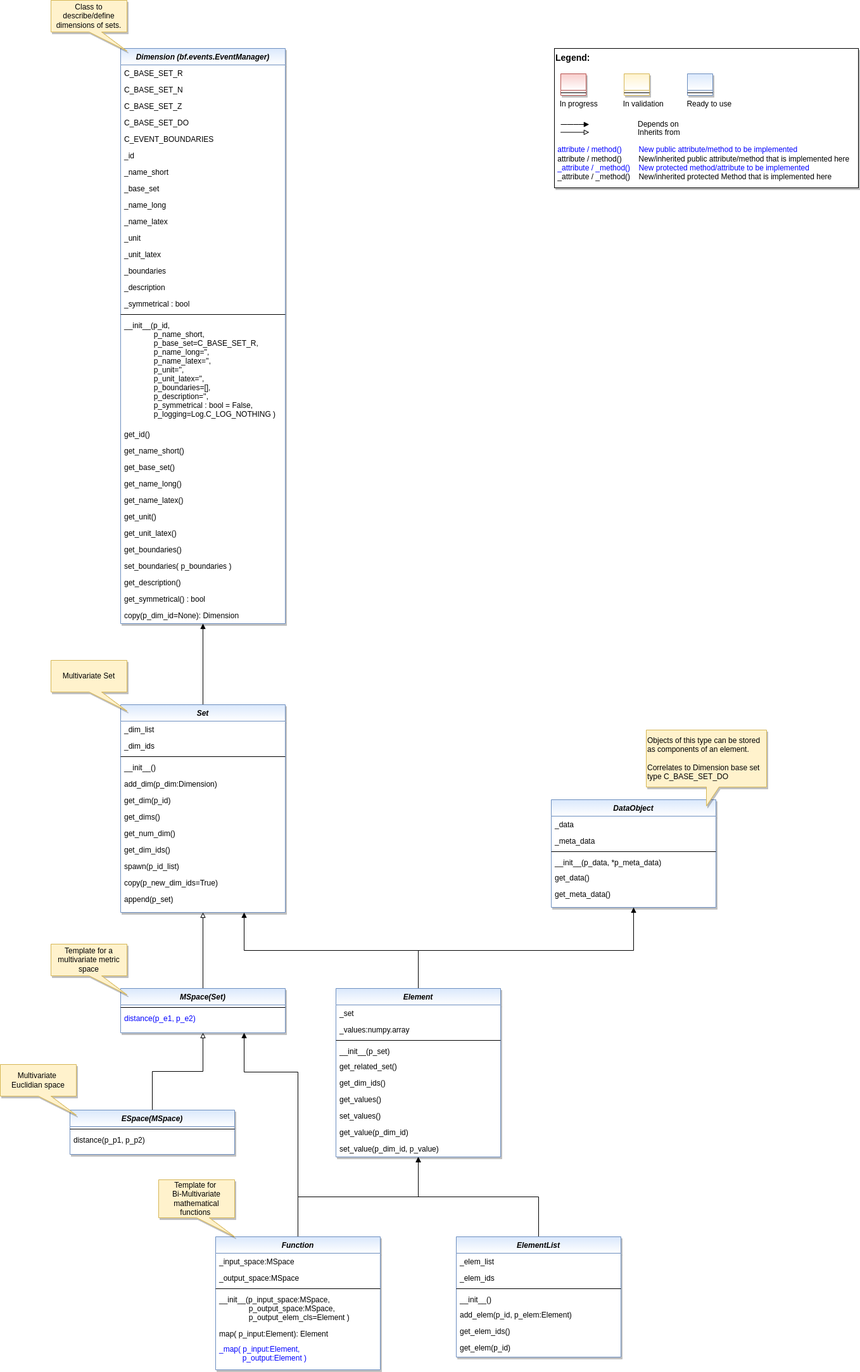
Earlier version of the draw.io export doc/rtd/content/append2/core/images/bf/MLPro-BF-Math_class_diagram.drawio.png (fhswf/MLPro). Source tidied: cells renumbered, new cells last; positions are measured from the earlier drawing's top-left corner, leaving out a move shared by most shapes.
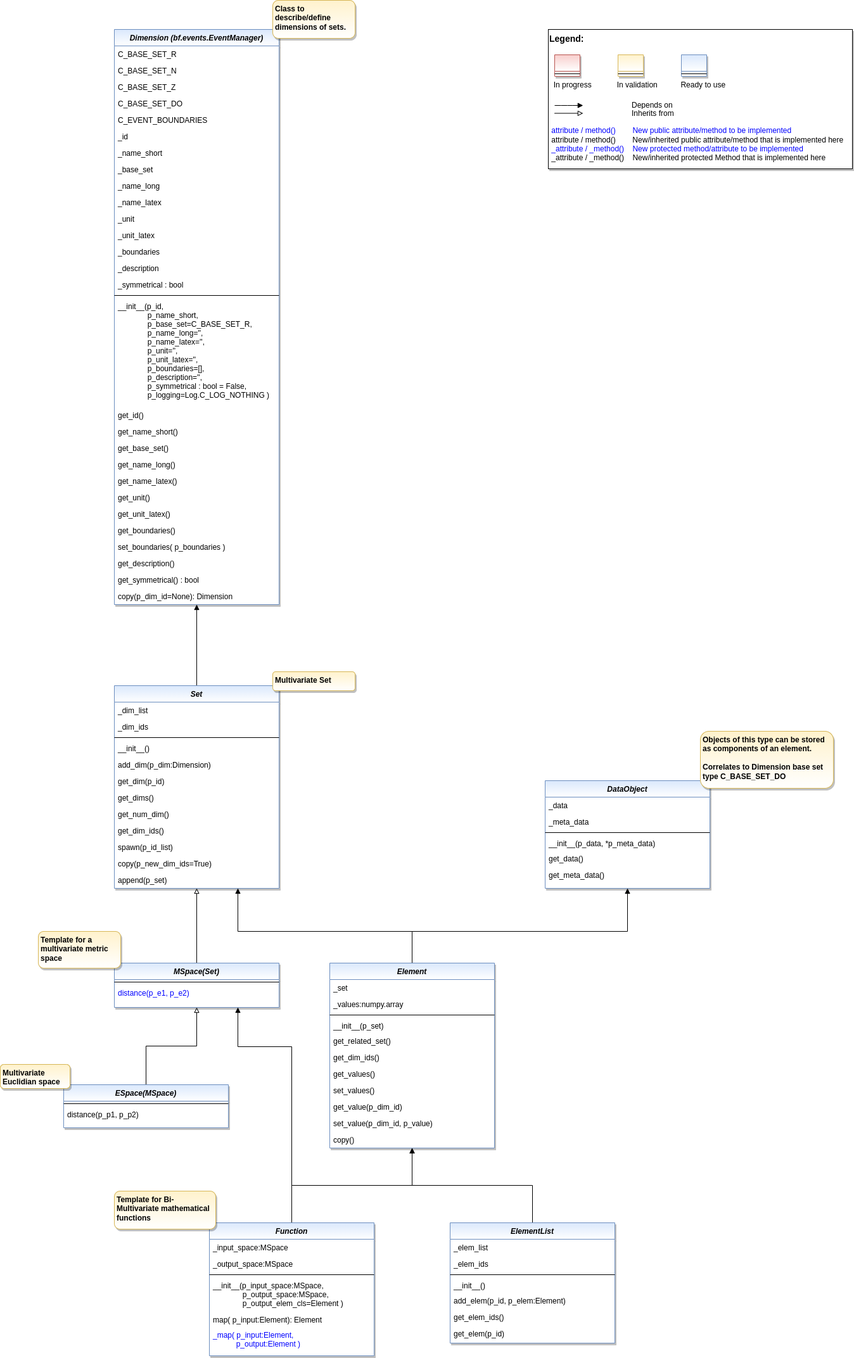
Above is the later version.

The edit, as a diff of the source:
```diff
@@ -6,7 +6,7 @@
       <mxGeometry relative="1" as="geometry" />
     </mxCell>
     <mxCell id="3" value="Set" style="swimlane;fontStyle=3;align=center;verticalAlign=top;horizontal=1;startSize=26;rounded=0;shadow=1;strokeWidth=1;fillColor=#dae8fc;strokeColor=#6c8ebf;gradientColor=#ffffff;swimlaneFillColor=#ffffff;" parent="1" vertex="1">
-      <mxGeometry x="190" y="1112" width="260" height="328" as="geometry" />
+      <mxGeometry x="190" y="1112" width="260" height="320" as="geometry" />
     </mxCell>
     <mxCell id="4" value="_dim_list" style="text;align=left;verticalAlign=top;spacingLeft=4;spacingRight=4;overflow=hidden;" parent="3" vertex="1">
       <mxGeometry y="26" width="260" height="26" as="geometry" />
@@ -145,9 +145,6 @@
     <mxCell id="47" style="edgeStyle=orthogonalEdgeStyle;rounded=0;jettySize=auto;html=1;endArrow=block;endFill=0;entryX=0.5;entryY=1;entryDx=0;entryDy=0;" parent="1" edge="1" source="84" target="3">
       <mxGeometry relative="1" as="geometry" />
     </mxCell>
-    <mxCell id="48" value="Multivariate Set" style="shape=callout;whiteSpace=wrap;html=1;perimeter=calloutPerimeter;fillColor=#fff2cc;strokeColor=#d6b656;shadow=1;position2=1;" parent="1" vertex="1">
-      <mxGeometry x="80" y="1042" width="120" height="80" as="geometry" />
-    </mxCell>
     <mxCell id="49" value="DataObject" style="swimlane;fontStyle=3;align=center;verticalAlign=top;horizontal=1;startSize=26;rounded=0;shadow=1;strokeWidth=1;fillColor=#dae8fc;strokeColor=#6c8ebf;gradientColor=#ffffff;swimlaneFillColor=#ffffff;" parent="1" vertex="1">
       <mxGeometry x="870" y="1262" width="260" height="170" as="geometry" />
     </mxCell>
@@ -169,12 +166,6 @@
     <mxCell id="55" value="get_meta_data()" style="text;align=left;verticalAlign=top;spacingLeft=4;spacingRight=4;overflow=hidden;" parent="49" vertex="1">
       <mxGeometry y="136" width="260" height="26" as="geometry" />
     </mxCell>
-    <mxCell id="56" value="Objects of this type can be stored as components of an element.&lt;br&gt;&lt;br&gt;Correlates to Dimension base set type C_BASE_SET_DO" style="shape=callout;whiteSpace=wrap;html=1;perimeter=calloutPerimeter;fillColor=#fff2cc;strokeColor=#d6b656;align=left;shadow=1;" parent="1" vertex="1">
-      <mxGeometry x="1020" y="1152" width="190" height="120" as="geometry" />
-    </mxCell>
-    <mxCell id="57" value="Class to describe/define dimensions of sets." style="shape=callout;whiteSpace=wrap;html=1;perimeter=calloutPerimeter;fillColor=#fff2cc;strokeColor=#d6b656;shadow=1;position2=1;" parent="1" vertex="1">
-      <mxGeometry x="80" width="120" height="80" as="geometry" />
-    </mxCell>
     <mxCell id="58" style="group;" parent="1" vertex="1">
       <mxGeometry x="875" y="76" width="480" height="220" as="geometry" />
     </mxCell>
@@ -225,7 +216,7 @@
       </mxGeometry>
     </mxCell>
     <mxCell id="69" value="Element" style="swimlane;fontStyle=3;align=center;verticalAlign=top;horizontal=1;startSize=26;rounded=0;shadow=1;strokeWidth=1;fillColor=#dae8fc;strokeColor=#6c8ebf;gradientColor=#ffffff;swimlaneFillColor=#ffffff;" parent="1" vertex="1">
-      <mxGeometry x="530" y="1560" width="260" height="266" as="geometry" />
+      <mxGeometry x="530" y="1550" width="260" height="292" as="geometry" />
     </mxCell>
     <mxCell id="70" value="_set" style="text;align=left;verticalAlign=top;spacingLeft=4;spacingRight=4;overflow=hidden;" parent="69" vertex="1">
       <mxGeometry y="26" width="260" height="26" as="geometry" />
@@ -257,11 +248,14 @@
     <mxCell id="79" value="set_value(p_dim_id, p_value)" style="text;align=left;verticalAlign=top;spacingLeft=4;spacingRight=4;overflow=hidden;" parent="69" vertex="1">
       <mxGeometry y="240" width="260" height="26" as="geometry" />
     </mxCell>
+    <mxCell id="110" value="copy()" style="text;align=left;verticalAlign=top;spacingLeft=4;spacingRight=4;overflow=hidden;" parent="69" vertex="1">
+      <mxGeometry y="266" width="260" height="26" as="geometry" />
+    </mxCell>
     <mxCell id="80" style="edgeStyle=orthogonalEdgeStyle;rounded=0;jettySize=auto;html=1;entryX=0.5;entryY=1;entryDx=0;entryDy=0;endArrow=block;endFill=0;fontColor=#0000FF;" parent="1" edge="1" source="81" target="84">
       <mxGeometry relative="1" as="geometry" />
     </mxCell>
     <mxCell id="81" value="ESpace(MSpace)" style="swimlane;fontStyle=3;align=center;verticalAlign=top;horizontal=1;startSize=26;rounded=0;shadow=1;strokeWidth=1;fillColor=#dae8fc;strokeColor=#6c8ebf;gradientColor=#ffffff;swimlaneFillColor=#ffffff;" parent="1" vertex="1">
-      <mxGeometry x="110" y="1752" width="260" height="70" as="geometry" />
+      <mxGeometry x="110" y="1742" width="260" height="68" as="geometry" />
     </mxCell>
     <mxCell id="82" style="line;html=1;strokeWidth=1;align=left;verticalAlign=middle;spacingTop=-1;spacingLeft=3;spacingRight=3;labelPosition=right;" parent="81" vertex="1">
       <mxGeometry y="26" width="260" height="8" as="geometry" />
@@ -270,7 +264,7 @@
       <mxGeometry y="34" width="260" height="26" as="geometry" />
     </mxCell>
     <mxCell id="84" value="MSpace(Set)" style="swimlane;fontStyle=3;align=center;verticalAlign=top;horizontal=1;startSize=26;rounded=0;shadow=1;strokeWidth=1;fillColor=#dae8fc;strokeColor=#6c8ebf;gradientColor=#ffffff;swimlaneFillColor=#ffffff;" parent="1" vertex="1">
-      <mxGeometry x="190" y="1560" width="260" height="70" as="geometry" />
+      <mxGeometry x="190" y="1550" width="260" height="70" as="geometry" />
     </mxCell>
     <mxCell id="85" style="line;html=1;strokeWidth=1;align=left;verticalAlign=middle;spacingTop=-1;spacingLeft=3;spacingRight=3;labelPosition=right;" parent="84" vertex="1">
       <mxGeometry y="26" width="260" height="8" as="geometry" />
@@ -282,7 +276,7 @@
       <mxGeometry relative="1" as="geometry" />
     </mxCell>
     <mxCell id="88" value="ElementList" style="swimlane;fontStyle=3;align=center;verticalAlign=top;horizontal=1;startSize=26;rounded=0;shadow=1;strokeWidth=1;fillColor=#dae8fc;strokeColor=#6c8ebf;gradientColor=#ffffff;swimlaneFillColor=#ffffff;" parent="1" vertex="1">
-      <mxGeometry x="720" y="1952" width="260" height="190" as="geometry" />
+      <mxGeometry x="720" y="1960" width="260" height="190" as="geometry" />
     </mxCell>
     <mxCell id="89" value="_elem_list" style="text;align=left;verticalAlign=top;spacingLeft=4;spacingRight=4;overflow=hidden;" parent="88" vertex="1">
       <mxGeometry y="26" width="260" height="26" as="geometry" />
@@ -311,13 +305,13 @@
     <mxCell id="97" style="edgeStyle=orthogonalEdgeStyle;rounded=0;jettySize=auto;html=1;entryX=0.75;entryY=1;entryDx=0;entryDy=0;endArrow=block;endFill=1;exitX=0.5;exitY=0;exitDx=0;exitDy=0;" parent="1" edge="1" source="98" target="84">
       <mxGeometry relative="1" as="geometry">
         <Array as="points">
-          <mxPoint x="470" y="1692" />
-          <mxPoint x="385" y="1692" />
+          <mxPoint x="470" y="1682" />
+          <mxPoint x="385" y="1682" />
         </Array>
       </mxGeometry>
     </mxCell>
     <mxCell id="98" value="Function" style="swimlane;fontStyle=3;align=center;verticalAlign=top;horizontal=1;startSize=26;rounded=0;shadow=1;strokeWidth=1;fillColor=#dae8fc;strokeColor=#6c8ebf;gradientColor=#ffffff;swimlaneFillColor=#ffffff;" parent="1" vertex="1">
-      <mxGeometry x="340" y="1952" width="260" height="210" as="geometry" />
+      <mxGeometry x="340" y="1960" width="260" height="210" as="geometry" />
     </mxCell>
     <mxCell id="99" value="_input_space:MSpace" style="text;align=left;verticalAlign=top;spacingLeft=4;spacingRight=4;overflow=hidden;" parent="98" vertex="1">
       <mxGeometry y="26" width="260" height="26" as="geometry" />
@@ -337,20 +331,23 @@
     <mxCell id="104" value="_map( p_input:Element, &#10;           p_output:Element )" style="text;align=left;verticalAlign=top;spacingLeft=4;spacingRight=4;overflow=hidden;fontColor=#0000FF;" parent="98" vertex="1">
       <mxGeometry y="164" width="260" height="36" as="geometry" />
     </mxCell>
+    <mxCell id="57" value="&lt;span style=&quot;text-align: center;&quot;&gt;Class to describe/define dimensions of sets.&lt;/span&gt;" style="rounded=1;whiteSpace=wrap;html=1;fillColor=#fff2cc;strokeColor=#d6b656;gradientColor=#FFFFFF;shadow=1;fontStyle=1;align=left;verticalAlign=top;spacingLeft=2;" parent="1" vertex="1">
+      <mxGeometry x="440" y="30" width="130" height="60" as="geometry" />
+    </mxCell>
+    <mxCell id="48" value="&lt;span style=&quot;text-align: center;&quot;&gt;Multivariate Set&lt;/span&gt;" style="rounded=1;whiteSpace=wrap;html=1;fillColor=#fff2cc;strokeColor=#d6b656;gradientColor=#FFFFFF;shadow=1;fontStyle=1;align=left;verticalAlign=top;spacingLeft=2;" parent="1" vertex="1">
+      <mxGeometry x="440" y="1090" width="130" height="30" as="geometry" />
+    </mxCell>
+    <mxCell id="56" value="&lt;span style=&quot;&quot;&gt;Objects of this type can be stored as components of an element.&lt;/span&gt;&lt;br style=&quot;&quot;&gt;&lt;br style=&quot;&quot;&gt;&lt;span style=&quot;&quot;&gt;Correlates to Dimension base set type C_BASE_SET_DO&lt;/span&gt;" style="rounded=1;whiteSpace=wrap;html=1;fillColor=#fff2cc;strokeColor=#d6b656;gradientColor=#FFFFFF;shadow=1;fontStyle=1;align=left;verticalAlign=top;spacingLeft=2;" parent="1" vertex="1">
+      <mxGeometry x="1115" y="1184" width="210" height="90" as="geometry" />
+    </mxCell>
+    <mxCell id="107" value="&lt;span style=&quot;text-align: center;&quot;&gt;Template for a multivariate metric space&lt;/span&gt;" style="rounded=1;whiteSpace=wrap;html=1;fillColor=#fff2cc;strokeColor=#d6b656;gradientColor=#FFFFFF;shadow=1;fontStyle=1;align=left;verticalAlign=top;spacingLeft=2;" parent="1" vertex="1">
+      <mxGeometry x="70" y="1500" width="130" height="58" as="geometry" />
+    </mxCell>
+    <mxCell id="109" value="&lt;span style=&quot;text-align: center;&quot;&gt;Multivariate&lt;/span&gt;&lt;br style=&quot;text-align: center;&quot;&gt;&lt;span style=&quot;text-align: center;&quot;&gt;Euclidian space&lt;/span&gt;" style="rounded=1;whiteSpace=wrap;html=1;fillColor=#fff2cc;strokeColor=#d6b656;gradientColor=#FFFFFF;shadow=1;fontStyle=1;align=left;verticalAlign=top;spacingLeft=2;" parent="1" vertex="1">
+      <mxGeometry x="10" y="1710" width="110" height="38" as="geometry" />
+    </mxCell>
-    <mxCell id="105" value="Template for &lt;br&gt;Bi-Multivariate mathematical functions&amp;nbsp;" style="shape=callout;whiteSpace=wrap;html=1;perimeter=calloutPerimeter;fillColor=#fff2cc;strokeColor=#d6b656;shadow=1;position2=1;" parent="1" vertex="1">
-      <mxGeometry x="250" y="1862" width="120" height="90" as="geometry" />
+    <mxCell id="105" value="&lt;span style=&quot;text-align: center;&quot;&gt;Template for&amp;nbsp;&lt;/span&gt;&lt;span style=&quot;text-align: center;&quot;&gt;Bi-Multivariate mathematical&amp;nbsp; functions&amp;nbsp;&lt;/span&gt;" style="rounded=1;whiteSpace=wrap;html=1;fillColor=#fff2cc;strokeColor=#d6b656;gradientColor=#FFFFFF;shadow=1;fontStyle=1;align=left;verticalAlign=top;spacingLeft=2;" parent="1" vertex="1">
+      <mxGeometry x="190" y="1910" width="160" height="60" as="geometry" />
     </mxCell>
-    <mxCell id="106" style="group;" parent="1" vertex="1">
-      <mxGeometry x="80" y="1490" width="330" height="140" as="geometry" />
-    </mxCell>
-    <mxCell id="107" value="Template for a multivariate metric space" style="shape=callout;whiteSpace=wrap;html=1;perimeter=calloutPerimeter;fillColor=#fff2cc;strokeColor=#d6b656;shadow=1;position2=1;" parent="106" vertex="1">
-      <mxGeometry width="120" height="80" as="geometry" />
-    </mxCell>
-    <mxCell id="108" style="group;" parent="1" vertex="1">
-      <mxGeometry y="1680" width="330" height="140" as="geometry" />
-    </mxCell>
-    <mxCell id="109" value="Multivariate &lt;br&gt;Euclidian space" style="shape=callout;whiteSpace=wrap;html=1;perimeter=calloutPerimeter;fillColor=#fff2cc;strokeColor=#d6b656;shadow=1;position2=1;" parent="108" vertex="1">
-      <mxGeometry width="120" height="80" as="geometry" />
-    </mxCell>
   </root>
 </mxGraphModel>
```
